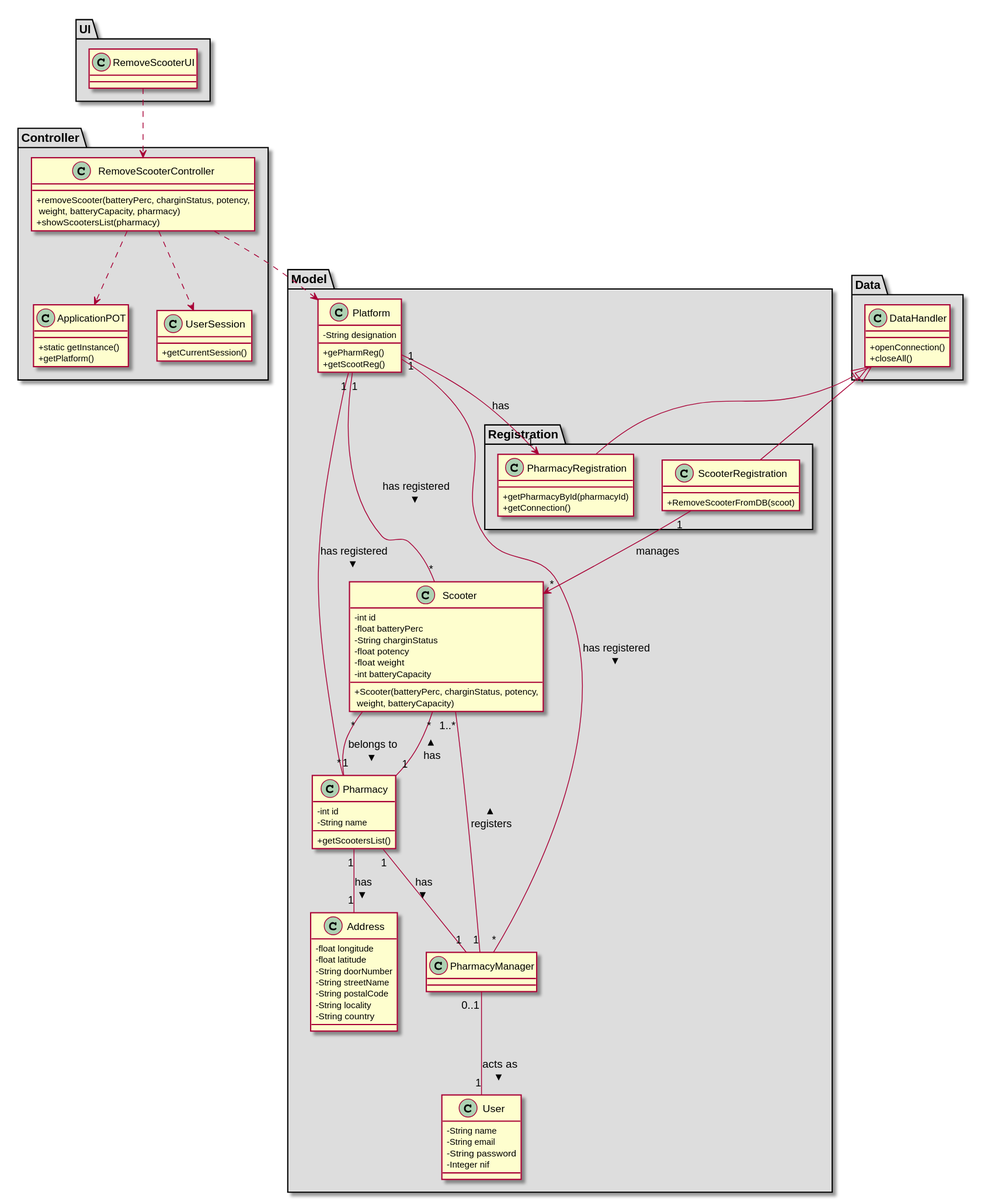
tiagoavcosta25/LAPR3 keeps this PlantUML diagram as docs/Iteration 1/Scooter Management/US22_RemoveScooter/US22_CD.svg. Above is the earlier version.
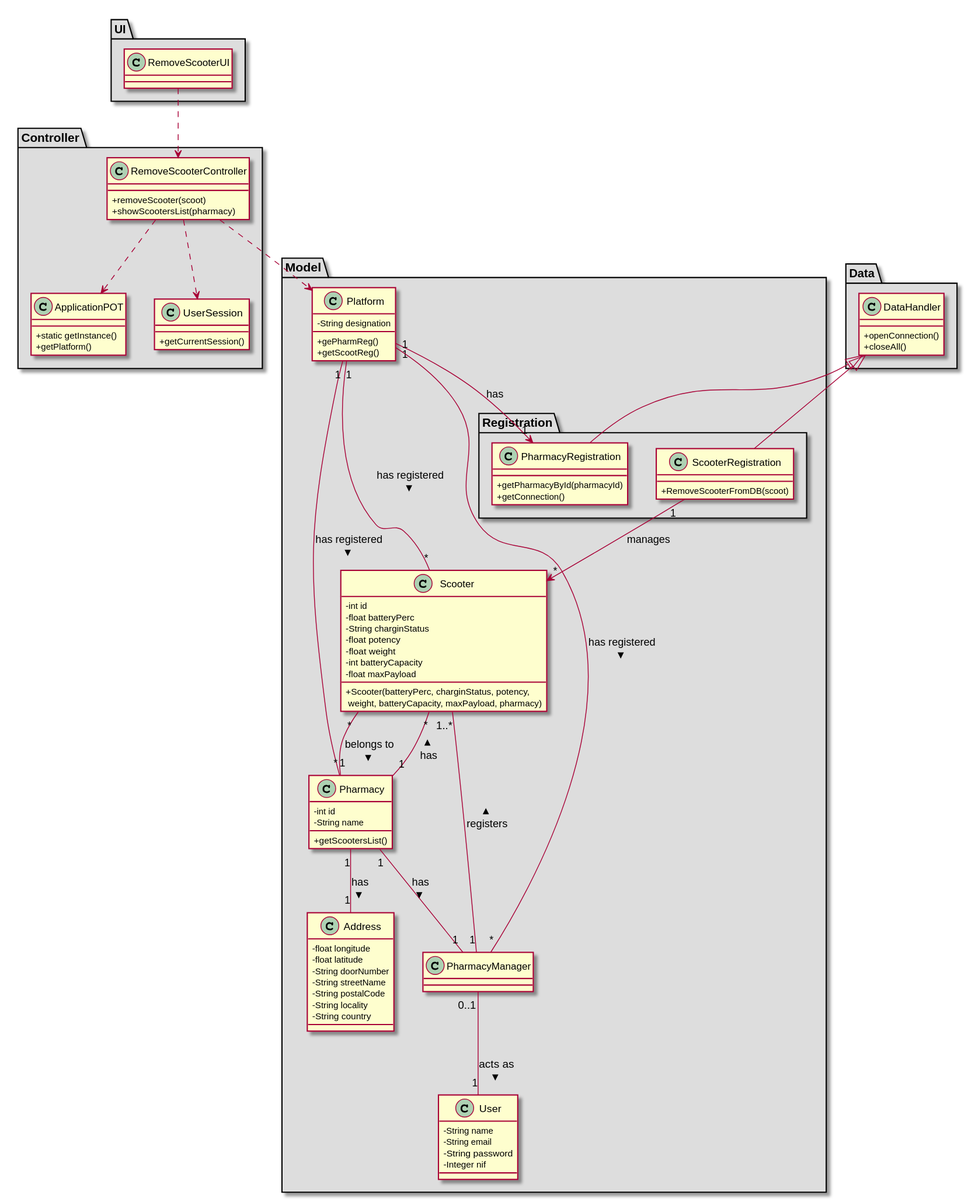
Later version of the same file.

The edit, as a diff of the source:
```diff
@@ -10,7 +10,7 @@
 
 package "Controller" #DDDDDD {
 class RemoveScooterController{
-+removeScooter(batteryPerc, charginStatus, potency,\n weight, batteryCapacity, pharmacy)
++removeScooter(scoot)
 +showScootersList(pharmacy)
 }
 
@@ -53,7 +53,8 @@
   -float potency
   -float weight
   -int batteryCapacity
-  +Scooter(batteryPerc, charginStatus, potency,\n weight, batteryCapacity)
+  -float maxPayload
+  +Scooter(batteryPerc, charginStatus, potency,\n weight, batteryCapacity, maxPayload, pharmacy)
 }
 
 class Address{
```
